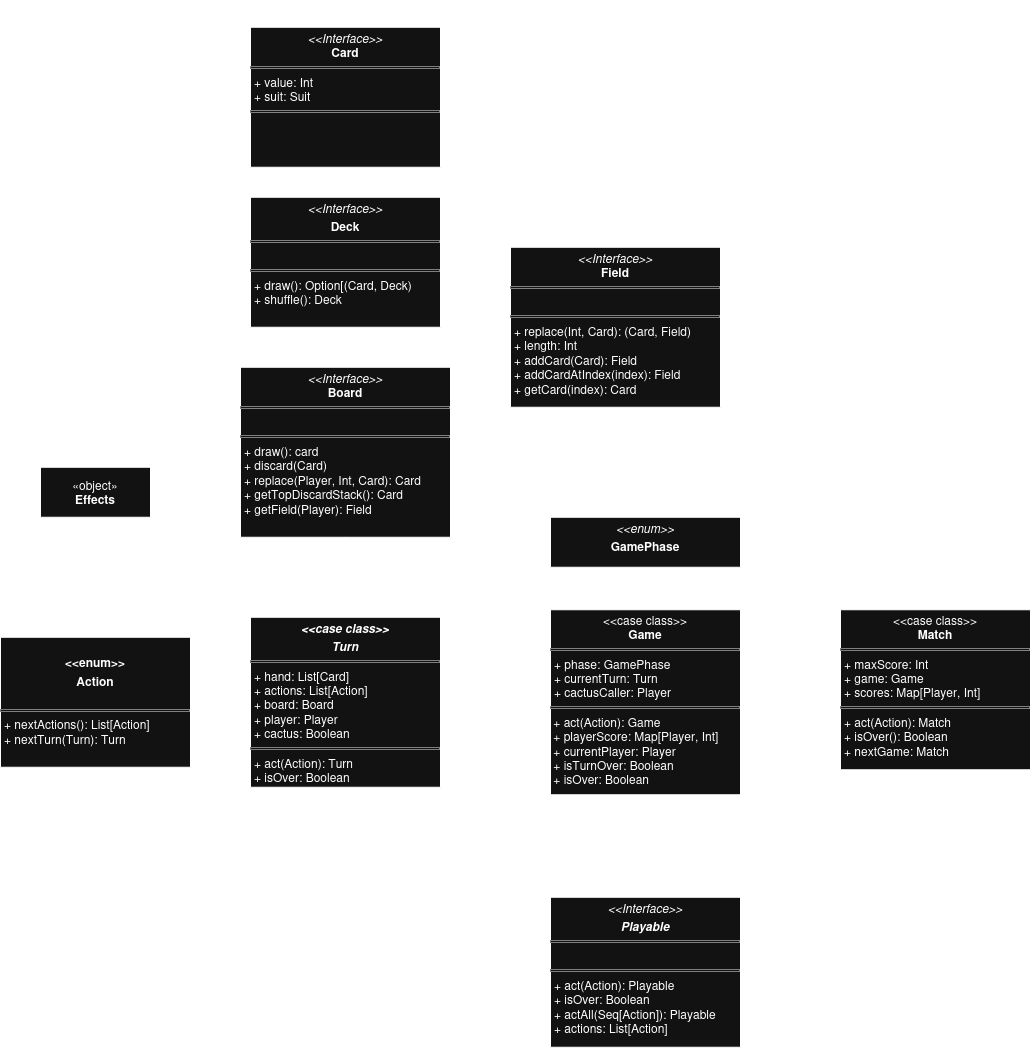
Before: docs/Model.drawio.png, a diagram exported from draw.io (TorioCrema/PPS-25-functus). Source tidied: cells renumbered, new cells last; positions are measured from the earlier drawing's top-left corner, leaving out a move shared by most shapes.
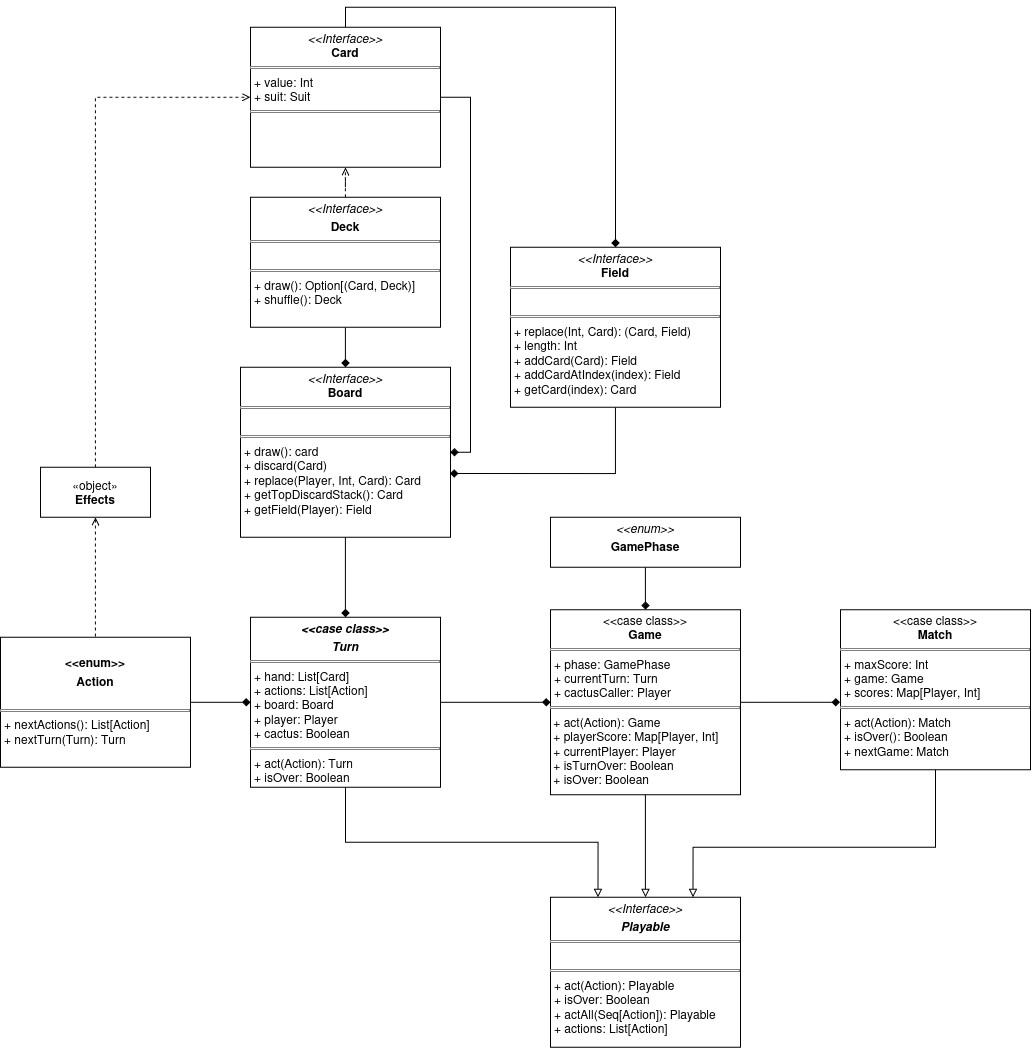
The same diagram one commit later.

Diff of the diagram source:
```diff
@@ -5,7 +5,7 @@
     <mxCell id="2" style="edgeStyle=orthogonalEdgeStyle;rounded=0;jettySize=auto;html=1;entryX=0.5;entryY=1;entryDx=0;entryDy=0;endArrow=none;endFill=0;startArrow=diamond;startFill=1;" parent="1" edge="1" source="5" target="7">
       <mxGeometry relative="1" as="geometry" />
     </mxCell>
-    <mxCell id="3" style="edgeStyle=orthogonalEdgeStyle;rounded=0;jettySize=auto;html=1;entryX=0.5;entryY=1;entryDx=0;entryDy=0;endArrow=none;endFill=0;startArrow=diamond;startFill=1;exitX=1.01;exitY=0.62;exitDx=0;exitDy=0;exitPerimeter=0;" parent="1" edge="1" source="5" target="9">
+    <mxCell id="3" style="edgeStyle=orthogonalEdgeStyle;rounded=0;jettySize=auto;html=1;entryX=0.5;entryY=1;entryDx=0;entryDy=0;endArrow=none;endFill=0;startArrow=diamond;startFill=1;exitX=0.998;exitY=0.625;exitDx=0;exitDy=0;exitPerimeter=0;" parent="1" edge="1" source="5" target="9">
       <mxGeometry relative="1" as="geometry" />
     </mxCell>
     <mxCell id="4" style="edgeStyle=orthogonalEdgeStyle;rounded=0;jettySize=auto;html=1;entryX=1;entryY=0.5;entryDx=0;entryDy=0;exitX=1;exitY=0.5;exitDx=0;exitDy=0;endArrow=none;endFill=0;startArrow=diamond;startFill=1;" parent="1" edge="1" source="5" target="10">
@@ -14,10 +14,10 @@
     <mxCell id="5" value="&lt;p style=&quot;margin:0px;margin-top:4px;text-align:center;&quot;&gt;&lt;i&gt;&amp;lt;&amp;lt;Interface&amp;gt;&amp;gt;&lt;/i&gt;&lt;br&gt;&lt;b&gt;Board&lt;/b&gt;&lt;/p&gt;&lt;hr size=&quot;1&quot; style=&quot;border-style:solid;&quot;&gt;&lt;br&gt;&lt;hr size=&quot;1&quot; style=&quot;border-style:solid;&quot;&gt;&lt;p style=&quot;margin:0px;margin-left:4px;&quot;&gt;+ draw(): card&lt;br&gt;+ discard(Card)&lt;/p&gt;&lt;p style=&quot;margin:0px;margin-left:4px;&quot;&gt;+ replace(Player, Int, Card): Card&lt;/p&gt;&lt;p style=&quot;margin:0px;margin-left:4px;&quot;&gt;+ getTopDiscardStack(): Card&lt;/p&gt;&lt;p style=&quot;margin:0px;margin-left:4px;&quot;&gt;+ getField(Player): Field&lt;/p&gt;" style="verticalAlign=top;align=left;overflow=fill;html=1;whiteSpace=wrap;" parent="1" vertex="1">
       <mxGeometry x="240" y="340" width="210" height="170" as="geometry" />
     </mxCell>
-    <mxCell id="6" style="edgeStyle=orthogonalEdgeStyle;rounded=0;jettySize=auto;html=1;entryX=0.5;entryY=1;entryDx=0;entryDy=0;" parent="1" edge="1" source="7" target="10">
+    <mxCell id="6" style="edgeStyle=orthogonalEdgeStyle;rounded=0;jettySize=auto;html=1;entryX=0.5;entryY=1;entryDx=0;entryDy=0;endArrow=open;endFill=0;dashed=1;" parent="1" edge="1" source="7" target="10">
       <mxGeometry relative="1" as="geometry" />
     </mxCell>
-    <mxCell id="7" value="&lt;p style=&quot;margin:0px;margin-top:4px;text-align:center;&quot;&gt;&lt;i&gt;&amp;lt;&amp;lt;Interface&amp;gt;&amp;gt;&lt;/i&gt;&lt;/p&gt;&lt;p style=&quot;margin:0px;margin-top:4px;text-align:center;&quot;&gt;&lt;b&gt;Deck&lt;/b&gt;&lt;/p&gt;&lt;hr size=&quot;1&quot; style=&quot;border-style:solid;&quot;&gt;&lt;p style=&quot;margin:0px;margin-left:4px;&quot;&gt;&lt;br&gt;&lt;/p&gt;&lt;hr size=&quot;1&quot; style=&quot;border-style:solid;&quot;&gt;&lt;p style=&quot;margin:0px;margin-left:4px;&quot;&gt;+ draw(): Option[(Card, Deck)&lt;/p&gt;&lt;p style=&quot;margin:0px;margin-left:4px;&quot;&gt;+ shuffle(): Deck&lt;/p&gt;" style="verticalAlign=top;align=left;overflow=fill;html=1;whiteSpace=wrap;" parent="1" vertex="1">
+    <mxCell id="7" value="&lt;p style=&quot;margin:0px;margin-top:4px;text-align:center;&quot;&gt;&lt;i&gt;&amp;lt;&amp;lt;Interface&amp;gt;&amp;gt;&lt;/i&gt;&lt;/p&gt;&lt;p style=&quot;margin:0px;margin-top:4px;text-align:center;&quot;&gt;&lt;b&gt;Deck&lt;/b&gt;&lt;/p&gt;&lt;hr size=&quot;1&quot; style=&quot;border-style:solid;&quot;&gt;&lt;p style=&quot;margin:0px;margin-left:4px;&quot;&gt;&lt;br&gt;&lt;/p&gt;&lt;hr size=&quot;1&quot; style=&quot;border-style:solid;&quot;&gt;&lt;p style=&quot;margin:0px;margin-left:4px;&quot;&gt;+ draw(): Option[(Card, Deck)]&lt;/p&gt;&lt;p style=&quot;margin:0px;margin-left:4px;&quot;&gt;+ shuffle(): Deck&lt;/p&gt;" style="verticalAlign=top;align=left;overflow=fill;html=1;whiteSpace=wrap;" parent="1" vertex="1">
       <mxGeometry x="250" y="170" width="190" height="130" as="geometry" />
     </mxCell>
     <mxCell id="8" style="edgeStyle=orthogonalEdgeStyle;rounded=0;jettySize=auto;html=1;entryX=0.5;entryY=0;entryDx=0;entryDy=0;exitX=0.5;exitY=0;exitDx=0;exitDy=0;endArrow=none;endFill=0;startArrow=diamond;startFill=1;" parent="1" edge="1" source="9" target="10">
@@ -32,6 +32,14 @@
     <mxCell id="11" style="edgeStyle=orthogonalEdgeStyle;rounded=0;jettySize=auto;html=1;entryX=1;entryY=0.5;entryDx=0;entryDy=0;endArrow=none;endFill=0;startArrow=diamond;startFill=1;exitX=-0.002;exitY=0.578;exitDx=0;exitDy=0;exitPerimeter=0;" parent="1" edge="1" source="12" target="15">
       <mxGeometry relative="1" as="geometry" />
     </mxCell>
+    <mxCell id="28" style="edgeStyle=orthogonalEdgeStyle;rounded=0;jettySize=auto;html=1;entryX=0.75;entryY=0;entryDx=0;entryDy=0;endArrow=block;endFill=0;" parent="1" edge="1" source="12" target="27">
+      <mxGeometry relative="1" as="geometry">
+        <Array as="points">
+          <mxPoint x="935" y="820" />
+          <mxPoint x="692.6" y="820" />
+        </Array>
+      </mxGeometry>
+    </mxCell>
     <mxCell id="12" value="&lt;p style=&quot;margin:0px;margin-top:4px;text-align:center;&quot;&gt;&amp;lt;&amp;lt;case class&amp;gt;&amp;gt;&lt;br&gt;&lt;b&gt;Match&lt;/b&gt;&lt;/p&gt;&lt;hr size=&quot;1&quot; style=&quot;border-style:solid;&quot;&gt;&lt;p style=&quot;margin:0px;margin-left:4px;&quot;&gt;+ maxScore: Int&lt;br&gt;+ game: Game&lt;/p&gt;&lt;p style=&quot;margin:0px;margin-left:4px;&quot;&gt;+ scores: Map[Player, Int]&lt;/p&gt;&lt;hr size=&quot;1&quot; style=&quot;border-style:solid;&quot;&gt;&lt;p style=&quot;margin:0px;margin-left:4px;&quot;&gt;+ act(Action): Match&lt;/p&gt;&lt;p style=&quot;margin:0px;margin-left:4px;&quot;&gt;+ isOver(): Boolean&lt;/p&gt;&lt;p style=&quot;margin:0px;margin-left:4px;&quot;&gt;+ nextGame: Match&lt;/p&gt;&lt;p style=&quot;margin:0px;margin-left:4px;&quot;&gt;&lt;br&gt;&lt;/p&gt;" style="verticalAlign=top;align=left;overflow=fill;html=1;whiteSpace=wrap;" parent="1" vertex="1">
       <mxGeometry x="840" y="582.5" width="190" height="160" as="geometry" />
     </mxCell>
@@ -56,10 +64,10 @@
     <mxCell id="19" value="&lt;br&gt;&lt;p style=&quot;margin:0px;margin-top:4px;text-align:center;&quot;&gt;&lt;b&gt;&amp;lt;&amp;lt;enum&amp;gt;&amp;gt;&lt;/b&gt;&lt;/p&gt;&lt;p style=&quot;margin:0px;margin-top:4px;text-align:center;&quot;&gt;&lt;b&gt;Action&lt;/b&gt;&lt;/p&gt;&lt;br&gt;&lt;hr size=&quot;1&quot; style=&quot;border-style:solid;&quot;&gt;&lt;p style=&quot;margin:0px;margin-left:4px;&quot;&gt;+ nextActions(): List[Action]&lt;/p&gt;&lt;p style=&quot;margin:0px;margin-left:4px;&quot;&gt;+ nextTurn(Turn): Turn&lt;/p&gt;" style="verticalAlign=top;align=left;overflow=fill;html=1;whiteSpace=wrap;" parent="1" vertex="1">
       <mxGeometry y="610" width="190" height="130" as="geometry" />
     </mxCell>
-    <mxCell id="20" style="edgeStyle=orthogonalEdgeStyle;rounded=0;jettySize=auto;html=1;entryX=0;entryY=0.5;entryDx=0;entryDy=0;exitX=0.5;exitY=0;exitDx=0;exitDy=0;dashed=1;" parent="1" edge="1" source="22" target="10">
+    <mxCell id="20" style="edgeStyle=orthogonalEdgeStyle;rounded=0;jettySize=auto;html=1;entryX=0;entryY=0.5;entryDx=0;entryDy=0;exitX=0.5;exitY=0;exitDx=0;exitDy=0;dashed=1;endArrow=open;endFill=0;" parent="1" edge="1" source="22" target="10">
       <mxGeometry relative="1" as="geometry" />
     </mxCell>
-    <mxCell id="21" style="edgeStyle=orthogonalEdgeStyle;rounded=0;jettySize=auto;html=1;entryX=0.5;entryY=0;entryDx=0;entryDy=0;endArrow=none;endFill=0;startArrow=classic;startFill=1;dashed=1;" parent="1" edge="1" source="22" target="19">
+    <mxCell id="21" style="edgeStyle=orthogonalEdgeStyle;rounded=0;jettySize=auto;html=1;entryX=0.5;entryY=0;entryDx=0;entryDy=0;endArrow=none;endFill=0;startArrow=open;startFill=0;dashed=1;" parent="1" edge="1" source="22" target="19">
       <mxGeometry relative="1" as="geometry" />
     </mxCell>
     <mxCell id="22" value="&lt;div&gt;«object»&lt;/div&gt;&lt;div&gt;&lt;b&gt;Effects&lt;/b&gt;&lt;/div&gt;" style="html=1;whiteSpace=wrap;" parent="1" vertex="1">
@@ -68,20 +76,12 @@
     <mxCell id="23" value="&lt;p style=&quot;margin:0px;margin-top:4px;text-align:center;&quot;&gt;&lt;i&gt;&amp;lt;&amp;lt;enum&amp;gt;&amp;gt;&lt;/i&gt;&lt;/p&gt;&lt;p style=&quot;margin:0px;margin-top:4px;text-align:center;&quot;&gt;&lt;b&gt;GamePhase&lt;/b&gt;&lt;/p&gt;&lt;br&gt;&lt;hr size=&quot;1&quot; style=&quot;border-style:solid;&quot;&gt;" style="verticalAlign=top;align=left;overflow=fill;html=1;whiteSpace=wrap;" parent="1" vertex="1">
       <mxGeometry x="550" y="490" width="190" height="50" as="geometry" />
     </mxCell>
-    <mxCell id="24" style="edgeStyle=orthogonalEdgeStyle;rounded=0;jettySize=auto;html=1;entryX=0.5;entryY=1;entryDx=0;entryDy=0;exitX=0.5;exitY=0;exitDx=0;exitDy=0;endArrow=block;endFill=1;" parent="1" edge="1" source="27" target="17">
+    <mxCell id="24" style="edgeStyle=orthogonalEdgeStyle;rounded=0;jettySize=auto;html=1;entryX=0.5;entryY=1;entryDx=0;entryDy=0;exitX=0.25;exitY=0;exitDx=0;exitDy=0;endArrow=none;endFill=0;startArrow=block;startFill=0;" parent="1" edge="1" source="27" target="17">
       <mxGeometry relative="1" as="geometry" />
     </mxCell>
-    <mxCell id="25" style="edgeStyle=orthogonalEdgeStyle;rounded=0;jettySize=auto;html=1;entryX=0.5;entryY=1;entryDx=0;entryDy=0;endArrow=block;endFill=1;" parent="1" edge="1" source="27" target="15">
+    <mxCell id="25" style="edgeStyle=orthogonalEdgeStyle;rounded=0;jettySize=auto;html=1;entryX=0.5;entryY=1;entryDx=0;entryDy=0;endArrow=none;endFill=0;startArrow=block;startFill=0;" parent="1" edge="1" source="27" target="15">
       <mxGeometry relative="1" as="geometry" />
     </mxCell>
-    <mxCell id="26" style="edgeStyle=orthogonalEdgeStyle;rounded=0;jettySize=auto;html=1;entryX=0.5;entryY=1;entryDx=0;entryDy=0;exitX=0.5;exitY=0;exitDx=0;exitDy=0;endArrow=block;endFill=1;" parent="1" edge="1" source="27" target="12">
-      <mxGeometry relative="1" as="geometry">
-        <Array as="points">
-          <mxPoint x="645" y="810" />
-          <mxPoint x="935" y="810" />
-        </Array>
-      </mxGeometry>
-    </mxCell>
     <mxCell id="27" value="&lt;p style=&quot;margin:0px;margin-top:4px;text-align:center;&quot;&gt;&lt;i&gt;&amp;lt;&amp;lt;Interface&amp;gt;&amp;gt;&lt;/i&gt;&lt;/p&gt;&lt;p style=&quot;margin:0px;margin-top:4px;text-align:center;&quot;&gt;&lt;i&gt;&lt;b&gt;Playable&lt;/b&gt;&lt;/i&gt;&lt;/p&gt;&lt;hr size=&quot;1&quot; style=&quot;border-style:solid;&quot;&gt;&lt;p style=&quot;margin:0px;margin-left:4px;&quot;&gt;&lt;br&gt;&lt;/p&gt;&lt;hr size=&quot;1&quot; style=&quot;border-style:solid;&quot;&gt;&lt;p style=&quot;margin:0px;margin-left:4px;&quot;&gt;+ act(Action): Playable&lt;br&gt;+ isOver: Boolean&lt;/p&gt;&lt;p style=&quot;margin:0px;margin-left:4px;&quot;&gt;+ actAll(Seq[Action]): Playable&lt;/p&gt;&lt;p style=&quot;margin:0px;margin-left:4px;&quot;&gt;+ actions: List[Action]&lt;/p&gt;" style="verticalAlign=top;align=left;overflow=fill;html=1;whiteSpace=wrap;" parent="1" vertex="1">
       <mxGeometry x="550" y="870" width="190" height="150" as="geometry" />
     </mxCell>
```
